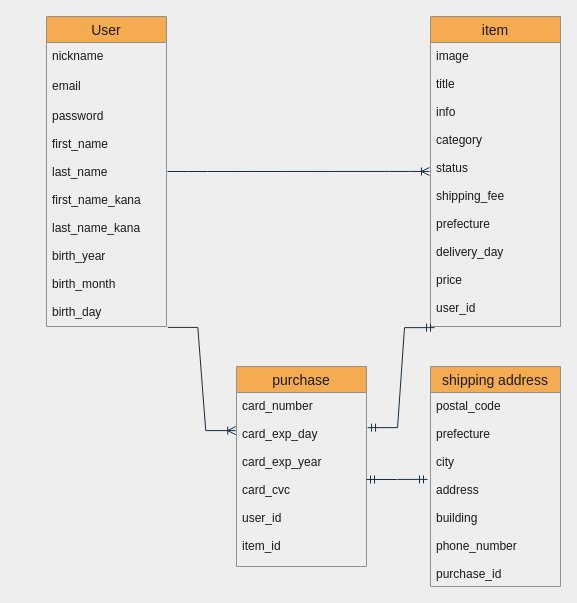
The draw.io diagram er.dio in shotaogw/furima-33109, before the edit. Source tidied: cells renumbered, new cells numbered last; positions are measured from the earlier drawing's top-left corner, leaving out a move shared by most shapes. Both pictures are drawn from the tidied source at 100%, with x=0, y=0 at pixel (46, 16).
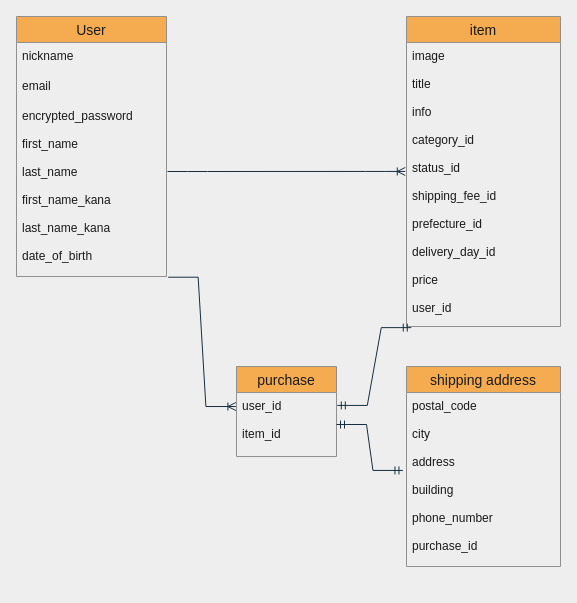
Above is the later version.

Change to the diagram source:
```diff
@@
 <mxGraphModel background="#EEEEEE">
   <root>
     <mxCell id="0" />
     <mxCell id="1" parent="0" />
     <mxCell id="2" value="User" style="swimlane;fontStyle=0;horizontal=1;startSize=26;align=center;fontSize=14;fillColor=#F5AB50;strokeColor=#909090;fontColor=#1A1A1A;" parent="1" vertex="1">
-      <mxGeometry width="120" height="310" as="geometry" />
+      <mxGeometry x="-30" width="150" height="260" as="geometry" />
     </mxCell>
     <mxCell id="3" value="nickname&#10;" style="text;strokeColor=none;fillColor=none;spacingLeft=4;spacingRight=4;overflow=hidden;fontSize=12;fontColor=#1A1A1A;" parent="2" vertex="1">
-      <mxGeometry y="26" width="120" height="30" as="geometry" />
+      <mxGeometry y="26" width="150" height="30" as="geometry" />
     </mxCell>
     <mxCell id="4" value="email" style="text;strokeColor=none;fillColor=none;spacingLeft=4;spacingRight=4;overflow=hidden;fontSize=12;fontColor=#1A1A1A;" parent="2" vertex="1">
-      <mxGeometry y="56" width="120" height="30" as="geometry" />
+      <mxGeometry y="56" width="150" height="30" as="geometry" />
     </mxCell>
-    <mxCell id="5" value="password&#10;&#10;first_name&#10;&#10;last_name&#10;&#10;first_name_kana&#10;&#10;last_name_kana&#10;&#10;birth_year&#10;&#10;birth_month&#10;&#10;birth_day" style="text;strokeColor=none;fillColor=none;spacingLeft=4;spacingRight=4;overflow=hidden;points=[[0,0.5],[1,0.5]];portConstraint=eastwest;fontSize=12;fontColor=#1A1A1A;" parent="2" vertex="1">
-      <mxGeometry y="86" width="120" height="224" as="geometry" />
+    <mxCell id="5" value="encrypted_password&#10;&#10;first_name&#10;&#10;last_name&#10;&#10;first_name_kana&#10;&#10;last_name_kana&#10;&#10;date_of_birth" style="text;strokeColor=none;fillColor=none;spacingLeft=4;spacingRight=4;overflow=hidden;points=[[0,0.5],[1,0.5]];portConstraint=eastwest;fontSize=12;fontColor=#1A1A1A;" parent="2" vertex="1">
+      <mxGeometry y="86" width="150" height="174" as="geometry" />
     </mxCell>
     <mxCell id="6" value="item" style="swimlane;fontStyle=0;horizontal=1;startSize=26;align=center;fontSize=14;fillColor=#F5AB50;strokeColor=#909090;fontColor=#1A1A1A;" parent="1" vertex="1">
-      <mxGeometry x="384" width="130" height="310" as="geometry" />
+      <mxGeometry x="360" width="154" height="310" as="geometry" />
     </mxCell>
-    <mxCell id="7" value="image&#10;&#10;title&#10;&#10;info&#10;&#10;category&#10;&#10;status&#10;&#10;shipping_fee&#10;&#10;prefecture&#10;&#10;delivery_day&#10;&#10;price&#10;&#10;user_id" style="text;strokeColor=none;fillColor=none;spacingLeft=4;spacingRight=4;overflow=hidden;points=[[0,0.5],[1,0.5]];portConstraint=eastwest;fontSize=12;fontColor=#1A1A1A;" parent="6" vertex="1">
-      <mxGeometry y="26" width="130" height="284" as="geometry" />
+    <mxCell id="7" value="image&#10;&#10;title&#10;&#10;info&#10;&#10;category_id&#10;&#10;status_id&#10;&#10;shipping_fee_id&#10;&#10;prefecture_id&#10;&#10;delivery_day_id&#10;&#10;price&#10;&#10;user_id" style="text;strokeColor=none;fillColor=none;spacingLeft=4;spacingRight=4;overflow=hidden;points=[[0,0.5],[1,0.5]];portConstraint=eastwest;fontSize=12;fontColor=#1A1A1A;" parent="6" vertex="1">
+      <mxGeometry y="26" width="154" height="284" as="geometry" />
     </mxCell>
     <mxCell id="8" style="edgeStyle=entityRelationEdgeStyle;fontSize=12;html=1;endArrow=ERoneToMany;strokeColor=#182E3E;fontColor=#1A1A1A;labelBackgroundColor=#EEEEEE;entryX=-0.008;entryY=0.454;entryDx=0;entryDy=0;entryPerimeter=0;" parent="1" edge="1" target="7">
       <mxGeometry relative="1" as="geometry">
         <mxPoint x="121" y="155" as="sourcePoint" />
       </mxGeometry>
     </mxCell>
     <mxCell id="9" value="purchase" style="swimlane;fontStyle=0;horizontal=1;startSize=26;align=center;fontSize=14;fillColor=#F5AB50;strokeColor=#909090;fontColor=#1A1A1A;" parent="1" vertex="1">
-      <mxGeometry x="190" y="350" width="130" height="200" as="geometry" />
+      <mxGeometry x="190" y="350" width="100" height="90" as="geometry" />
     </mxCell>
-    <mxCell id="10" value="card_number&#10;&#10;card_exp_day&#10;&#10;card_exp_year&#10;&#10;card_cvc&#10;&#10;user_id&#10;&#10;item_id" style="text;strokeColor=none;fillColor=none;spacingLeft=4;spacingRight=4;overflow=hidden;points=[[0,0.5],[1,0.5]];portConstraint=eastwest;fontSize=12;fontColor=#1A1A1A;" parent="9" vertex="1">
-      <mxGeometry y="26" width="130" height="174" as="geometry" />
+    <mxCell id="10" value="user_id&#10;&#10;item_id" style="text;strokeColor=none;fillColor=none;spacingLeft=4;spacingRight=4;overflow=hidden;points=[[0,0.5],[1,0.5]];portConstraint=eastwest;fontSize=12;fontColor=#1A1A1A;" parent="9" vertex="1">
+      <mxGeometry y="26" width="100" height="64" as="geometry" />
     </mxCell>
     <mxCell id="11" style="edgeStyle=entityRelationEdgeStyle;fontSize=12;html=1;endArrow=ERoneToMany;entryX=-0.006;entryY=0.219;entryDx=0;entryDy=0;entryPerimeter=0;rounded=0;exitX=1.011;exitY=1.004;exitDx=0;exitDy=0;exitPerimeter=0;strokeColor=#182E3E;fontColor=#1A1A1A;labelBackgroundColor=#EEEEEE;" parent="1" edge="1" source="5" target="10">
       <mxGeometry relative="1" as="geometry" />
     </mxCell>
     <mxCell id="12" style="edgeStyle=entityRelationEdgeStyle;fontSize=12;html=1;endArrow=ERmandOne;startArrow=ERmandOne;rounded=0;exitX=0.031;exitY=1.004;exitDx=0;exitDy=0;exitPerimeter=0;entryX=1.008;entryY=0.202;entryDx=0;entryDy=0;entryPerimeter=0;strokeColor=#182E3E;fontColor=#1A1A1A;labelBackgroundColor=#EEEEEE;" parent="1" edge="1" source="7" target="10">
       <mxGeometry relative="1" as="geometry" />
     </mxCell>
     <mxCell id="13" value="shipping address" style="swimlane;fontStyle=0;horizontal=1;startSize=26;align=center;fontSize=14;fillColor=#F5AB50;strokeColor=#909090;fontColor=#1A1A1A;" parent="1" vertex="1">
-      <mxGeometry x="384" y="350" width="130" height="220" as="geometry" />
+      <mxGeometry x="360" y="350" width="154" height="200" as="geometry" />
     </mxCell>
-    <mxCell id="14" value="postal_code&#10;&#10;prefecture&#10;&#10;city&#10;&#10;address&#10;&#10;building&#10;&#10;phone_number&#10;&#10;purchase_id" style="text;strokeColor=none;fillColor=none;spacingLeft=4;spacingRight=4;overflow=hidden;points=[[0,0.5],[1,0.5]];portConstraint=eastwest;fontSize=12;fontColor=#1A1A1A;" parent="13" vertex="1">
-      <mxGeometry y="26" width="130" height="194" as="geometry" />
+    <mxCell id="14" value="postal_code&#10;&#10;city&#10;&#10;address&#10;&#10;building&#10;&#10;phone_number&#10;&#10;purchase_id" style="text;strokeColor=none;fillColor=none;spacingLeft=4;spacingRight=4;overflow=hidden;points=[[0,0.5],[1,0.5]];portConstraint=eastwest;fontSize=12;fontColor=#1A1A1A;" parent="13" vertex="1">
+      <mxGeometry y="26" width="154" height="174" as="geometry" />
     </mxCell>
     <mxCell id="15" style="edgeStyle=entityRelationEdgeStyle;fontSize=12;html=1;endArrow=ERmandOne;startArrow=ERmandOne;entryX=-0.023;entryY=0.448;entryDx=0;entryDy=0;exitX=1;exitY=0.5;exitDx=0;exitDy=0;rounded=0;strokeColor=#182E3E;fontColor=#1A1A1A;labelBackgroundColor=#EEEEEE;entryPerimeter=0;" parent="1" edge="1" source="10" target="14">
       <mxGeometry relative="1" as="geometry" />
     </mxCell>
   </root>
 </mxGraphModel>
```
